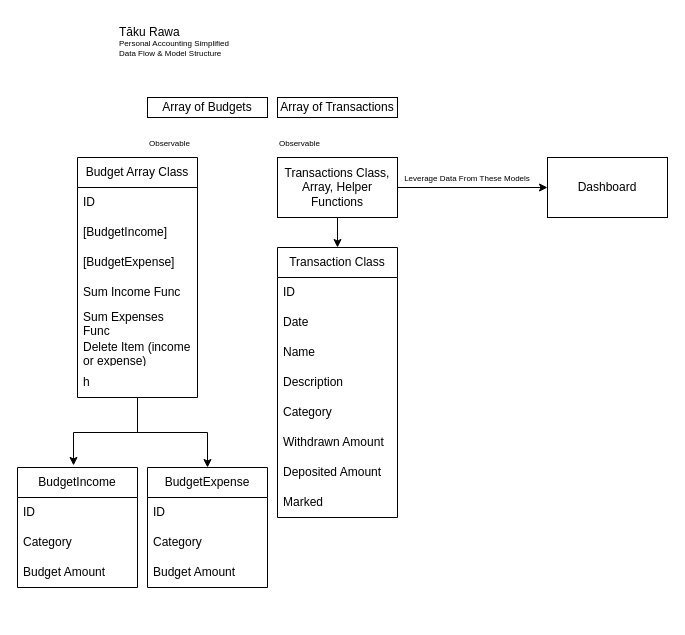
This is data flow and model.drawio from Angus-Q/takurawa, a draw.io file, before an edit. Source tidied: cells renumbered, new cells numbered last; positions are measured from the earlier drawing's top-left corner, leaving out a move shared by most shapes. Both pictures are drawn from the tidied source at 100%, with x=0, y=0 at pixel (17, 17).
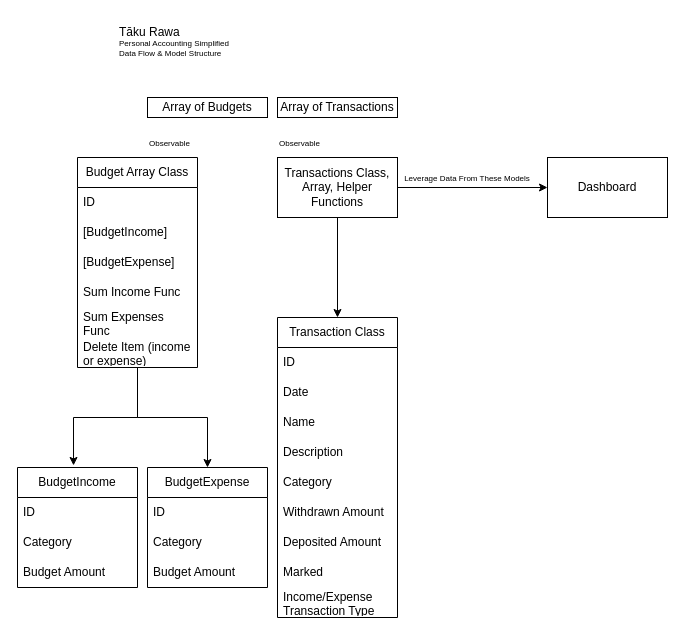
Above is the later version.

Change to the diagram source:
```diff
@@
     <mxCell id="14" value="Transaction Class" style="swimlane;fontStyle=0;horizontal=1;startSize=30;whiteSpace=wrap;html=1;" parent="1" vertex="1">
-      <mxGeometry x="260" y="230" width="120" height="270" as="geometry" />
+      <mxGeometry x="260" y="300" width="120" height="300" as="geometry" />
     </mxCell>
@@
+    <mxCell id="41" value="Income/Expense Transaction Type" style="text;strokeColor=none;fillColor=none;align=left;verticalAlign=middle;spacingLeft=4;spacingRight=4;overflow=hidden;whiteSpace=wrap;html=1;" parent="14" vertex="1">
+      <mxGeometry y="270" width="120" height="30" as="geometry" />
+    </mxCell>
@@
     <mxCell id="28" value="Budget Array Class" style="swimlane;fontStyle=0;horizontal=1;startSize=30;whiteSpace=wrap;html=1;" parent="1" vertex="1">
-      <mxGeometry x="60" y="140" width="120" height="240" as="geometry" />
+      <mxGeometry x="60" y="140" width="120" height="210" as="geometry" />
     </mxCell>
@@
-    <mxCell id="35" value="h" style="text;strokeColor=none;fillColor=none;align=left;verticalAlign=middle;spacingLeft=4;spacingRight=4;overflow=hidden;whiteSpace=wrap;html=1;" parent="28" vertex="1">
-      <mxGeometry y="210" width="120" height="30" as="geometry" />
-    </mxCell>
```
